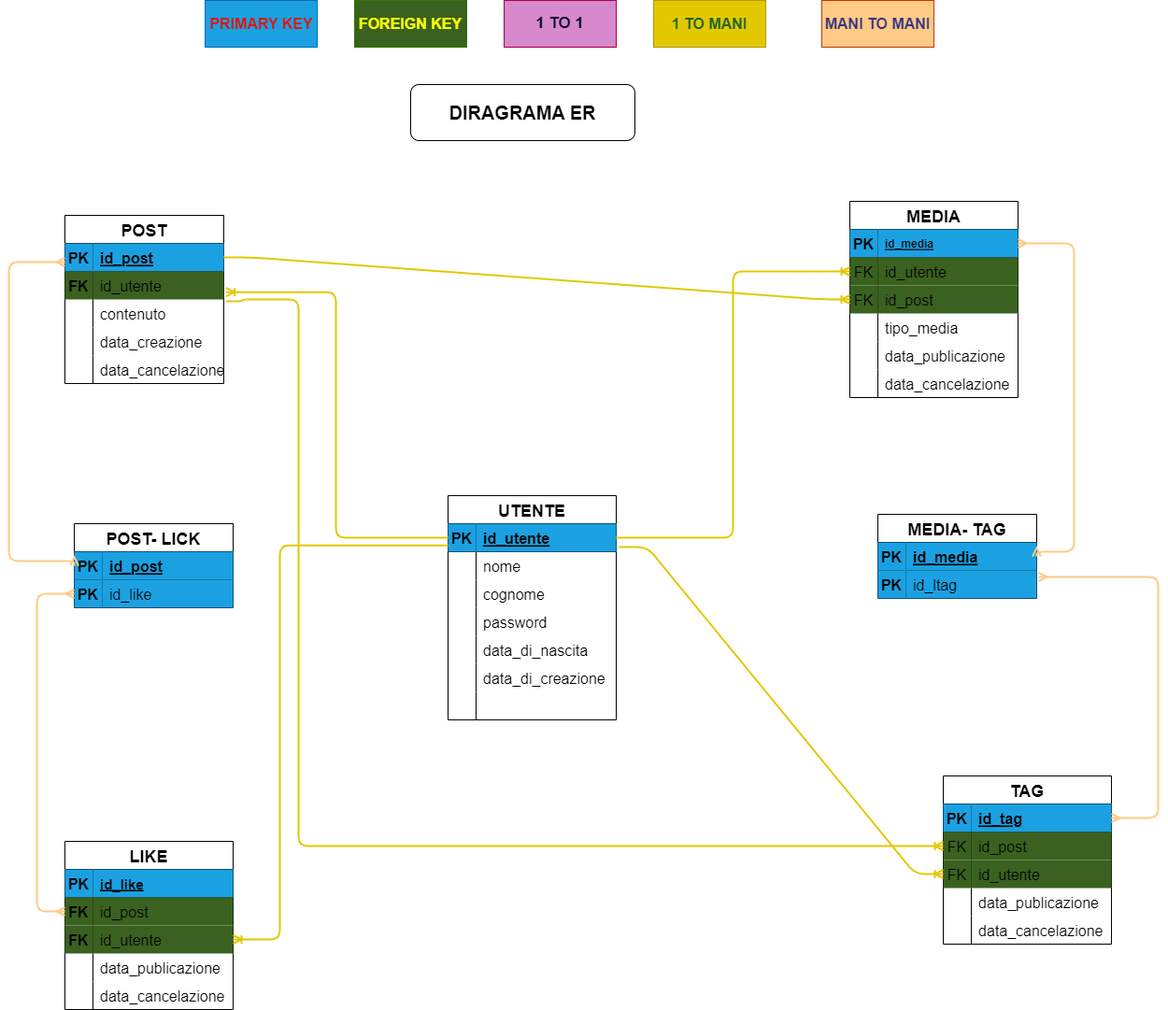
The draw.io diagram diagrama-er.drawio.png in telcheno/social-platform, before a commit. Source tidied: cells renumbered, new cells last; positions are measured from the earlier drawing's top-left corner, leaving out a move shared by most shapes.
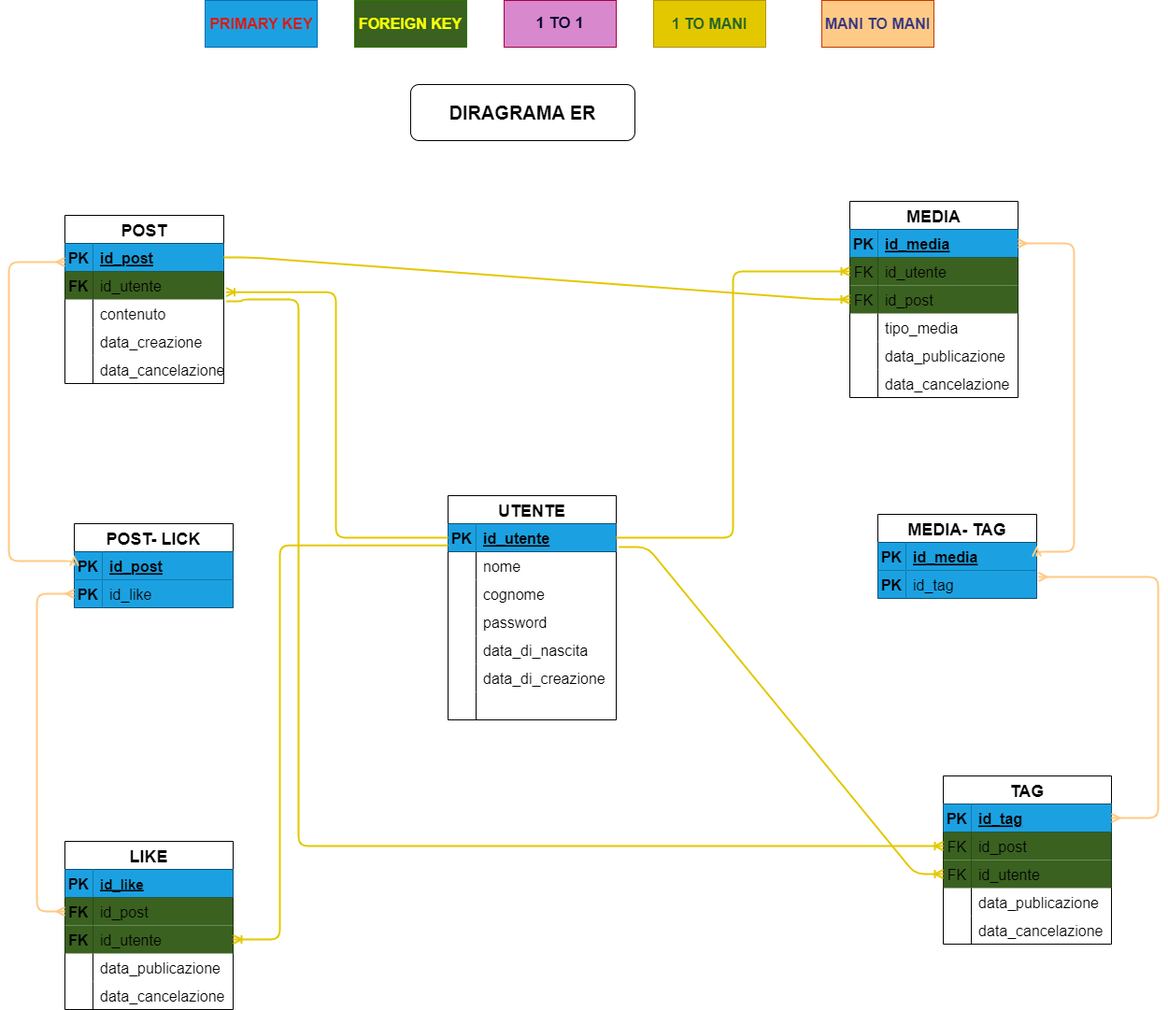
Later version of the same file.

What changed in the source:
```diff
@@ -125,7 +125,7 @@
     <mxCell id="42" value="PK" style="shape=partialRectangle;fillColor=#1BA1E2;top=0;left=0;bottom=0;right=0;fontStyle=1;overflow=hidden;fontSize=16;" parent="41" vertex="1">
       <mxGeometry width="30" height="30" as="geometry" />
     </mxCell>
-    <mxCell id="43" value="id_media" style="shape=partialRectangle;fillColor=#1BA1E2;top=0;left=0;bottom=0;right=0;align=left;spacingLeft=6;fontStyle=5;overflow=hidden;" parent="41" vertex="1">
+    <mxCell id="43" value="id_media" style="shape=partialRectangle;fillColor=#1BA1E2;top=0;left=0;bottom=0;right=0;align=left;spacingLeft=6;fontStyle=5;overflow=hidden;fontSize=16;" parent="41" vertex="1">
       <mxGeometry x="30" width="150" height="30" as="geometry" />
     </mxCell>
     <mxCell id="44" style="shape=tableRow;horizontal=0;startSize=0;swimlaneHead=0;swimlaneBody=0;fillColor=none;points=[[0,0.5],[1,0.5]];portConstraint=eastwest;top=0;left=0;right=0;bottom=0;" parent="40" vertex="1">
@@ -345,7 +345,7 @@
     <mxCell id="113" value="PK" style="shape=partialRectangle;fillColor=#1BA1E2;top=0;left=0;bottom=0;right=0;overflow=hidden;fontStyle=1;fontSize=16;" parent="112" vertex="1">
       <mxGeometry width="30" height="30" as="geometry" />
     </mxCell>
-    <mxCell id="114" value="id_ltag" style="shape=partialRectangle;fillColor=#1BA1E2;top=0;left=0;bottom=0;right=0;align=left;spacingLeft=6;overflow=hidden;fontSize=16;fontStyle=0;strokeColor=#1BA1E2;" parent="112" vertex="1">
+    <mxCell id="114" value="id_tag" style="shape=partialRectangle;fillColor=#1BA1E2;top=0;left=0;bottom=0;right=0;align=left;spacingLeft=6;overflow=hidden;fontSize=16;fontStyle=0;strokeColor=#1BA1E2;" parent="112" vertex="1">
       <mxGeometry x="30" width="140" height="30" as="geometry" />
     </mxCell>
     <mxCell id="115" style="fontSize=12;html=1;endArrow=ERmany;startArrow=ERmany;strokeColor=#FFCA85;strokeWidth=2;fontColor=#FFFFFF;edgeStyle=orthogonalEdgeStyle;exitX=1;exitY=0.5;exitDx=0;exitDy=0;entryX=1;entryY=0.5;entryDx=0;entryDy=0;" parent="1" edge="1" source="41" target="109">
```
